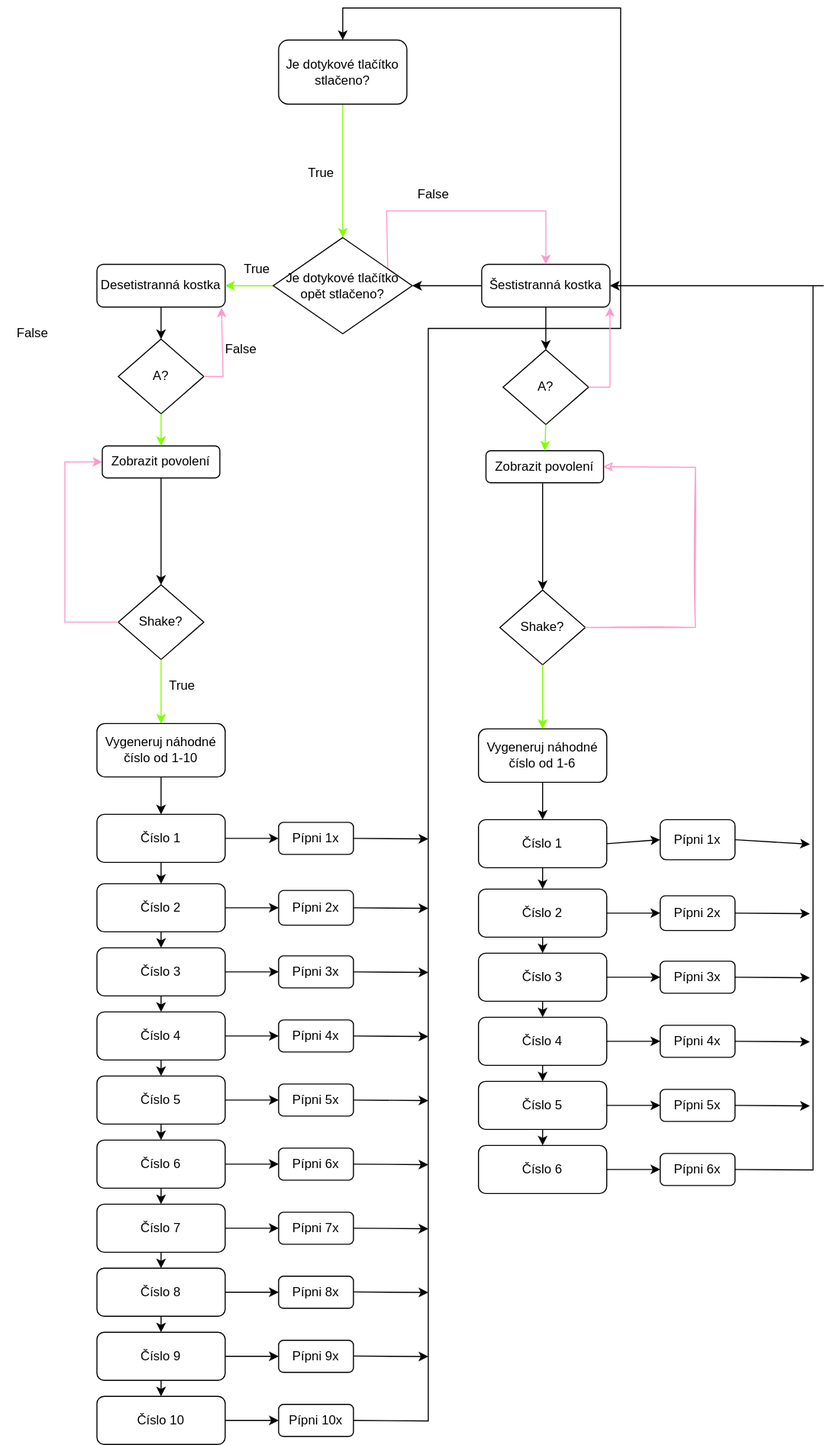
Before: .github/kostka_diagram.svg, a diagram exported from draw.io (adeladitrichova/pxt-cubecube). Source tidied: cells renumbered, new cells last; positions are measured from the earlier drawing's top-left corner, leaving out a move shared by most shapes.
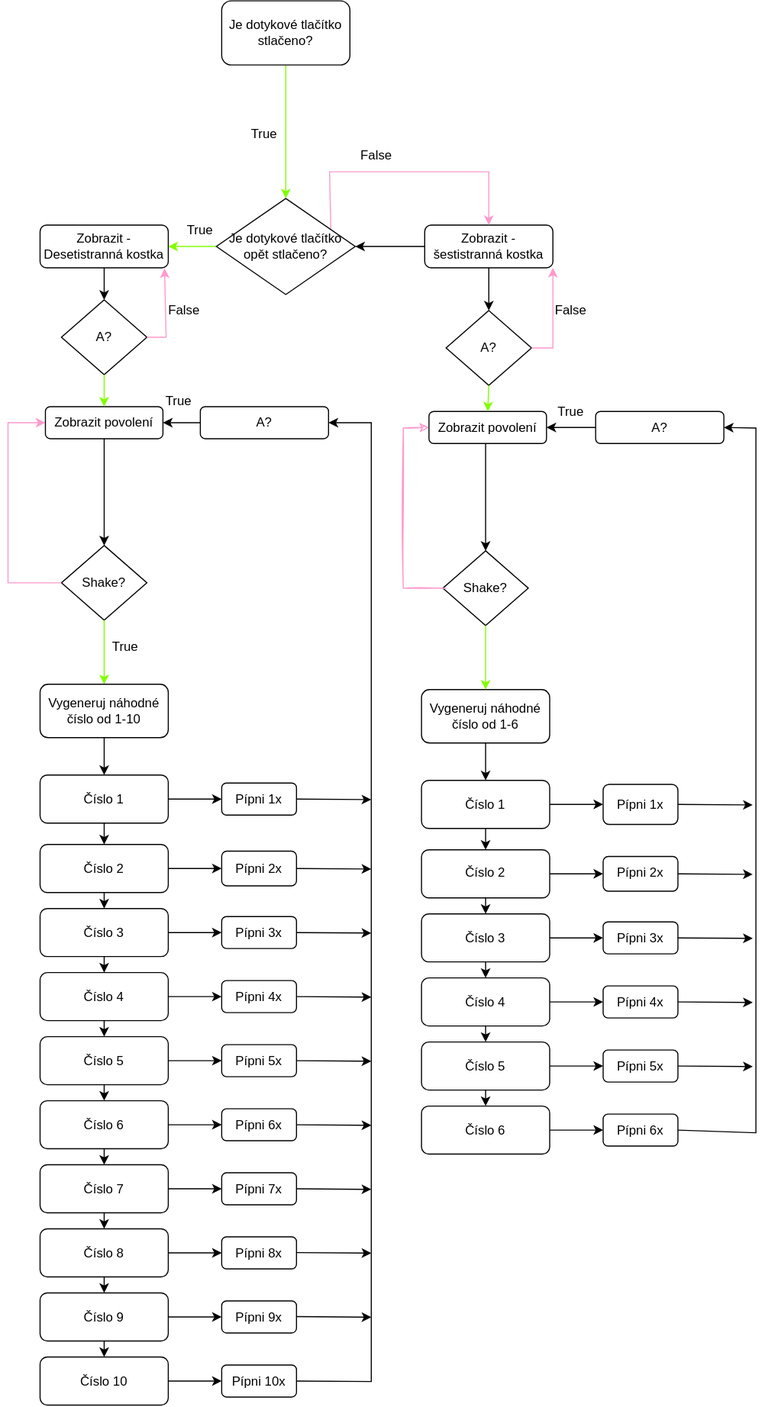
The same diagram one commit later.

The edit, as a diff of the source:
```diff
@@ -5,10 +5,10 @@
     <mxCell id="2" style="endArrow=classic;html=1;rounded=0;exitX=0.5;exitY=1;exitDx=0;exitDy=0;strokeColor=#80FF00;entryX=0.5;entryY=0;entryDx=0;entryDy=0;" parent="1" edge="1" source="54" target="114">
       <mxGeometry relative="1" as="geometry" />
     </mxCell>
-    <mxCell id="3" value="Šestistranná kostka" style="rounded=1;whiteSpace=wrap;html=1;" parent="1" vertex="1">
+    <mxCell id="3" value="Zobrazit - šestistranná kostka" style="rounded=1;whiteSpace=wrap;html=1;" parent="1" vertex="1">
       <mxGeometry x="450" y="240" width="120" height="40" as="geometry" />
     </mxCell>
-    <mxCell id="4" value="Desetistranná kostka" style="rounded=1;whiteSpace=wrap;html=1;" parent="1" vertex="1">
+    <mxCell id="4" value="Zobrazit -Desetistranná kostka" style="rounded=1;whiteSpace=wrap;html=1;" parent="1" vertex="1">
       <mxGeometry x="90" y="240" width="120" height="40" as="geometry" />
     </mxCell>
     <mxCell id="5" value="True" style="text;html=1;strokeColor=none;fillColor=none;align=center;verticalAlign=middle;whiteSpace=wrap;rounded=0;" parent="1" vertex="1">
@@ -236,18 +236,6 @@
         <mxPoint x="400" y="1083" as="targetPoint" />
       </mxGeometry>
     </mxCell>
-    <mxCell id="64" style="endArrow=classic;html=1;rounded=0;exitX=1;exitY=0.5;exitDx=0;exitDy=0;entryX=0.5;entryY=0;entryDx=0;entryDy=0;" parent="1" edge="1" source="52" target="54">
-      <mxGeometry relative="1" as="geometry">
-        <Array as="points">
-          <mxPoint x="400" y="1323" />
-          <mxPoint x="400" y="530" />
-          <mxPoint x="400" y="300" />
-          <mxPoint x="580" y="300" />
-          <mxPoint x="580" />
-          <mxPoint x="320" />
-        </Array>
-      </mxGeometry>
-    </mxCell>
     <mxCell id="65" style="endArrow=classic;html=1;rounded=0;exitX=0;exitY=0.5;exitDx=0;exitDy=0;entryX=0;entryY=0.5;entryDx=0;entryDy=0;strokeColor=#FF99CC;" parent="1" edge="1" source="9" target="104">
       <mxGeometry relative="1" as="geometry">
         <Array as="points">
@@ -258,7 +246,7 @@
       </mxGeometry>
     </mxCell>
     <mxCell id="66" value="False" style="text;html=1;strokeColor=none;fillColor=none;align=center;verticalAlign=middle;whiteSpace=wrap;rounded=0;" parent="1" vertex="1">
-      <mxGeometry y="290" width="60" height="30" as="geometry" />
+      <mxGeometry x="557" y="305" width="60" height="30" as="geometry" />
     </mxCell>
     <mxCell id="67" value="Vygeneruj náhodné číslo od 1-6" style="rounded=1;whiteSpace=wrap;html=1;" parent="1" vertex="1">
       <mxGeometry x="447" y="675" width="120" height="50" as="geometry" />
@@ -303,7 +291,7 @@
       <mxGeometry relative="1" as="geometry" />
     </mxCell>
     <mxCell id="81" value="Pípni 1x" style="rounded=1;whiteSpace=wrap;html=1;" parent="1" vertex="1">
-      <mxGeometry x="617" y="760" width="70" height="37.5" as="geometry" />
+      <mxGeometry x="617" y="763.8" width="70" height="37.5" as="geometry" />
     </mxCell>
     <mxCell id="82" style="endArrow=classic;html=1;rounded=0;exitX=1;exitY=0.5;exitDx=0;exitDy=0;entryX=0;entryY=0.5;entryDx=0;entryDy=0;" parent="1" edge="1" target="83">
       <mxGeometry relative="1" as="geometry">
@@ -370,13 +358,11 @@
         <mxPoint x="757" y="1028" as="targetPoint" />
       </mxGeometry>
     </mxCell>
-    <mxCell id="97" style="endArrow=classic;html=1;rounded=0;exitX=1;exitY=0.5;exitDx=0;exitDy=0;" parent="1" edge="1" source="91">
+    <mxCell id="97" style="endArrow=classic;html=1;rounded=0;exitX=1;exitY=0.5;exitDx=0;exitDy=0;entryX=1;entryY=0.5;entryDx=0;entryDy=0;" parent="1" edge="1" source="91" target="119">
       <mxGeometry relative="1" as="geometry">
-        <mxPoint x="570" y="260" as="targetPoint" />
         <Array as="points">
-          <mxPoint x="760" y="1088" />
-          <mxPoint x="760" y="260" />
-          <mxPoint x="770" y="260" />
+          <mxPoint x="760" y="1090" />
+          <mxPoint x="760" y="430" />
         </Array>
       </mxGeometry>
     </mxCell>
@@ -391,11 +377,12 @@
     <mxCell id="100" style="endArrow=classic;html=1;rounded=0;exitX=0.5;exitY=1;exitDx=0;exitDy=0;entryX=0.5;entryY=0;entryDx=0;entryDy=0;strokeColor=#80FF00;" parent="1" edge="1" source="99" target="67">
       <mxGeometry relative="1" as="geometry" />
     </mxCell>
-    <mxCell id="101" style="endArrow=classic;html=1;rounded=0;fillColor=#CC0000;strokeColor=#FF99CC;sketch=1;jumpSize=6;shadow=0;exitX=1;exitY=0.5;exitDx=0;exitDy=0;entryX=1;entryY=0.5;entryDx=0;entryDy=0;" parent="1" edge="1" source="99" target="109">
+    <mxCell id="101" style="endArrow=classic;html=1;rounded=0;fillColor=#CC0000;strokeColor=#FF99CC;sketch=1;jumpSize=6;shadow=0;entryX=0;entryY=0.5;entryDx=0;entryDy=0;" parent="1" edge="1" target="109">
       <mxGeometry relative="1" as="geometry">
+        <mxPoint x="470" y="580" as="sourcePoint" />
         <Array as="points">
-          <mxPoint x="650" y="580" />
-          <mxPoint x="650" y="430" />
+          <mxPoint x="430" y="580" />
+          <mxPoint x="430" y="430" />
         </Array>
       </mxGeometry>
     </mxCell>
@@ -456,5 +443,32 @@
     <mxCell id="115" value="False" style="text;html=1;align=center;verticalAlign=middle;whiteSpace=wrap;rounded=0;shadow=0;sketch=0;" parent="1" vertex="1">
       <mxGeometry x="195" y="305" width="60" height="30" as="geometry" />
     </mxCell>
+    <mxCell id="116" style="endArrow=classic;html=1;rounded=0;exitX=1;exitY=0.5;exitDx=0;exitDy=0;entryX=1;entryY=0.5;entryDx=0;entryDy=0;" parent="1" edge="1" source="52">
+      <mxGeometry relative="1" as="geometry">
+        <mxPoint x="360" y="425" as="targetPoint" />
+        <Array as="points">
+          <mxPoint x="400" y="1323" />
+          <mxPoint x="400" y="425" />
+        </Array>
+      </mxGeometry>
+    </mxCell>
+    <mxCell id="117" style="endArrow=classic;html=1;rounded=0;entryX=1;entryY=0.5;entryDx=0;entryDy=0;exitX=0;exitY=0.5;exitDx=0;exitDy=0;" parent="1" edge="1" source="118" target="104">
+      <mxGeometry relative="1" as="geometry" />
+    </mxCell>
+    <mxCell id="118" value="A?" style="rounded=1;whiteSpace=wrap;html=1;" parent="1" vertex="1">
+      <mxGeometry x="240" y="410" width="120" height="30" as="geometry" />
+    </mxCell>
+    <mxCell id="119" value="A?" style="rounded=1;whiteSpace=wrap;html=1;" parent="1" vertex="1">
+      <mxGeometry x="610" y="414.5" width="120" height="30" as="geometry" />
+    </mxCell>
+    <mxCell id="120" style="endArrow=classic;html=1;rounded=0;exitX=0;exitY=0.5;exitDx=0;exitDy=0;entryX=1;entryY=0.5;entryDx=0;entryDy=0;" parent="1" edge="1" source="119" target="109">
+      <mxGeometry relative="1" as="geometry" />
+    </mxCell>
+    <mxCell id="121" value="True" style="text;html=1;strokeColor=none;fillColor=none;align=center;verticalAlign=middle;whiteSpace=wrap;rounded=0;" parent="1" vertex="1">
+      <mxGeometry x="190" y="390" width="60" height="30" as="geometry" />
+    </mxCell>
+    <mxCell id="122" value="True" style="text;html=1;strokeColor=none;fillColor=none;align=center;verticalAlign=middle;whiteSpace=wrap;rounded=0;" parent="1" vertex="1">
+      <mxGeometry x="557" y="400" width="60" height="30" as="geometry" />
+    </mxCell>
   </root>
 </mxGraphModel>
```
